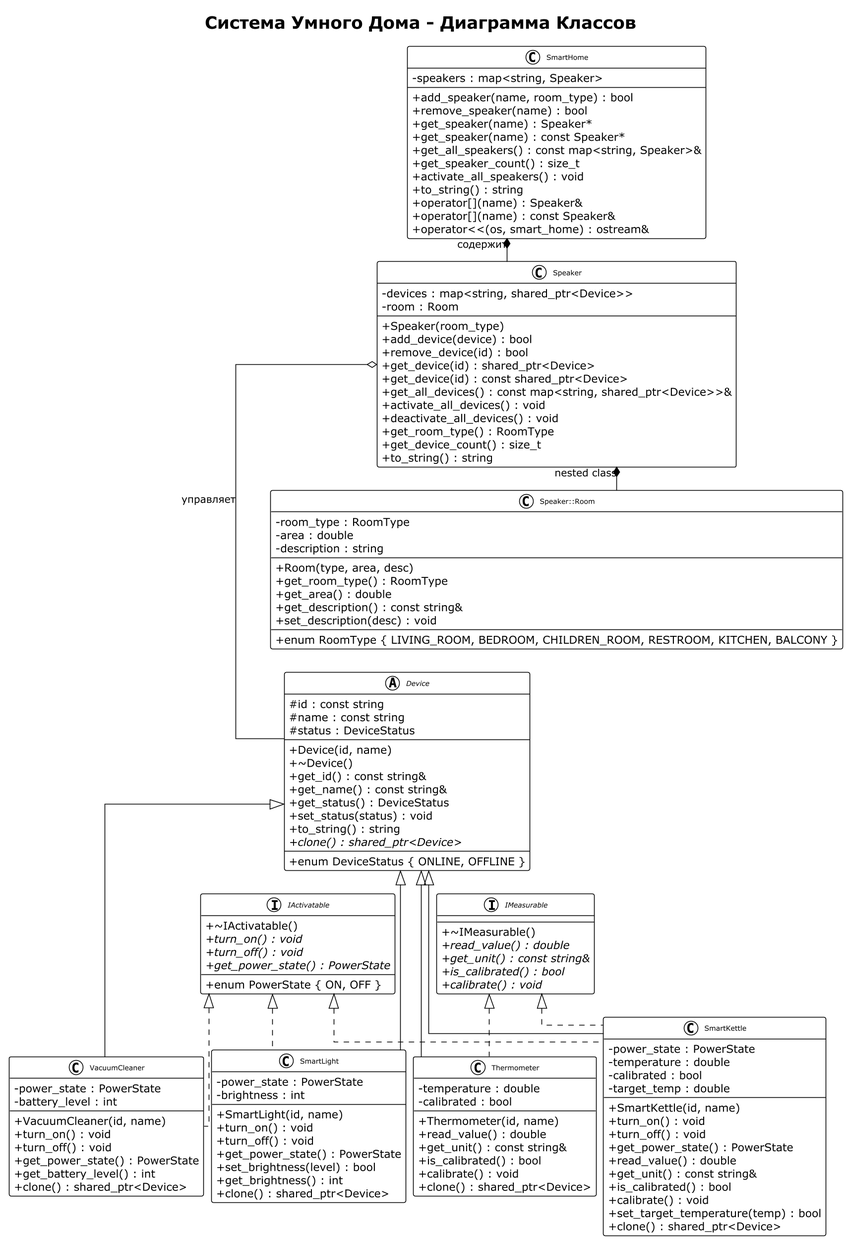
abigotado/smart-house keeps this PlantUML diagram as docs/SmartHouse_ClassDiagram.png. Above is the earlier version.
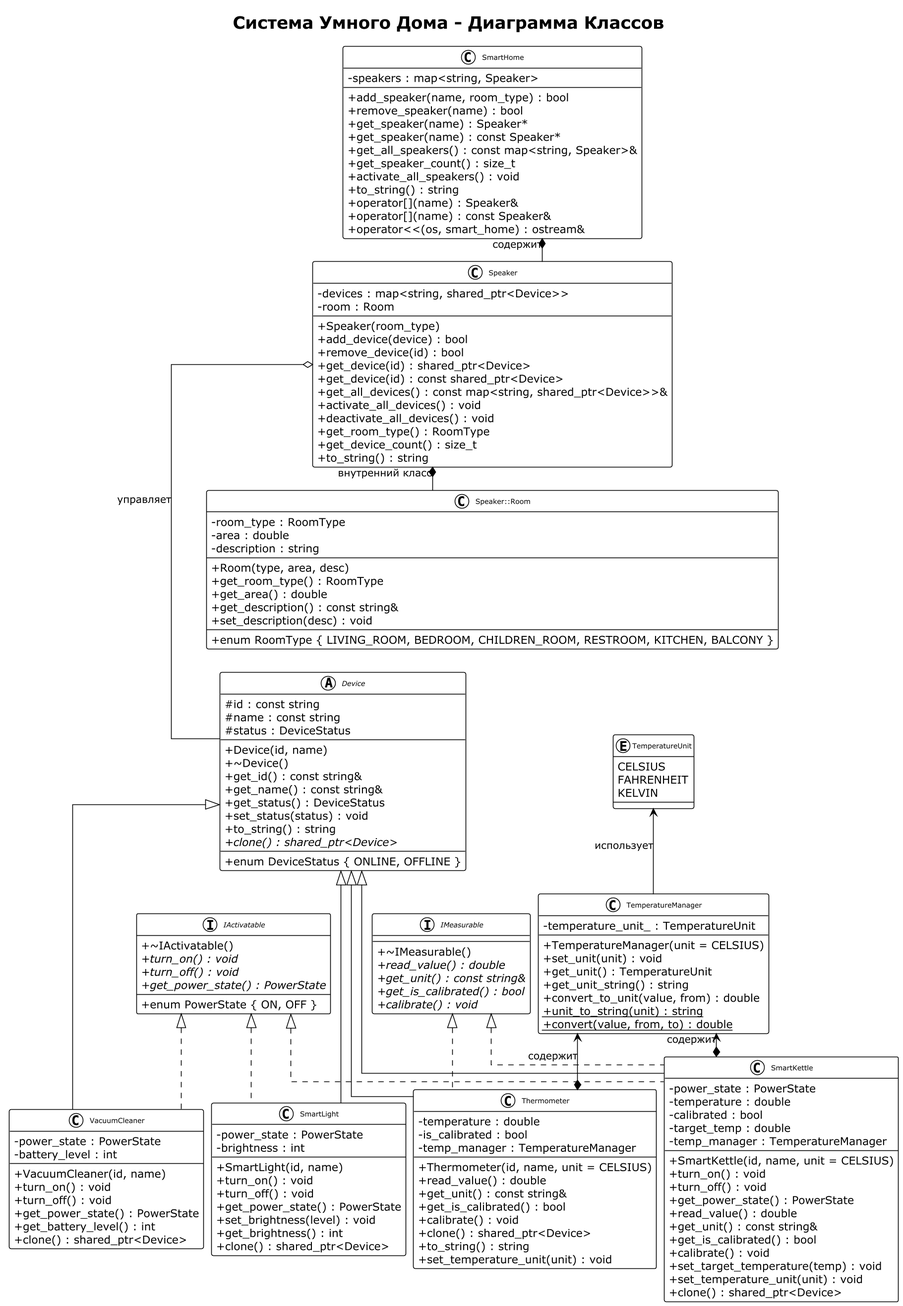
Above is the later version.

Change to the diagram source:
```diff
@@ -75,6 +75,24 @@
     + enum DeviceStatus { ONLINE, OFFLINE }
 }
 
+enum TemperatureUnit {
+    CELSIUS
+    FAHRENHEIT
+    KELVIN
+}
+
+class TemperatureManager {
+    - temperature_unit_ : TemperatureUnit
+    --
+    + TemperatureManager(unit = CELSIUS)
+    + set_unit(unit) : void
+    + get_unit() : TemperatureUnit
+    + get_unit_string() : string
+    + convert_to_unit(value, from) : double
+    + {static} unit_to_string(unit) : string
+    + {static} convert(value, from, to) : double
+}
+
 interface IActivatable {
     + ~IActivatable()
     + {abstract} turn_on() : void
@@ -88,7 +106,7 @@
     + ~IMeasurable()
     + {abstract} read_value() : double
     + {abstract} get_unit() : const string&
-    + {abstract} is_calibrated() : bool
+    + {abstract} get_is_calibrated() : bool
     + {abstract} calibrate() : void
 }
 
@@ -112,21 +130,24 @@
     + turn_on() : void
     + turn_off() : void
     + get_power_state() : PowerState
-    + set_brightness(level) : bool
+    + set_brightness(level) : void
     + get_brightness() : int
     + clone() : shared_ptr<Device>
 }
 
 class Thermometer {
     - temperature : double
-    - calibrated : bool
+    - is_calibrated : bool
+    - temp_manager : TemperatureManager
     --
-    + Thermometer(id, name)
+    + Thermometer(id, name, unit = CELSIUS)
     + read_value() : double
     + get_unit() : const string&
-    + is_calibrated() : bool
+    + get_is_calibrated() : bool
     + calibrate() : void
     + clone() : shared_ptr<Device>
+    + to_string() : string
+    + set_temperature_unit(unit) : void
 }
 
 class SmartKettle {
@@ -134,20 +155,23 @@
     - temperature : double
     - calibrated : bool
     - target_temp : double
+    - temp_manager : TemperatureManager
     --
-    + SmartKettle(id, name)
+    + SmartKettle(id, name, unit = CELSIUS)
     + turn_on() : void
     + turn_off() : void
     + get_power_state() : PowerState
     + read_value() : double
     + get_unit() : const string&
-    + is_calibrated() : bool
+    + get_is_calibrated() : bool
     + calibrate() : void
-    + set_target_temperature(temp) : bool
+    + set_target_temperature(temp) : void
+    + set_temperature_unit(unit) : void
     + clone() : shared_ptr<Device>
 }
 
 IActivatable -[hidden]right- IMeasurable
+IMeasurable -[hidden]right- TemperatureManager
 
 VacuumCleaner -[hidden]right- SmartLight
 Thermometer -[hidden]right- SmartKettle
@@ -157,9 +181,10 @@
 Room -[hidden]down-> Device
 Device -[hidden]down-> IActivatable
 IActivatable -[hidden]down-> VacuumCleaner
+TemperatureManager -[hidden]down-> Thermometer
 
 SmartHome *-- Speaker : "содержит"
-Speaker *-- Room : "nested class"
+Speaker *-- Room : "внутренний класс"
 
 Speaker o-- Device : "управляет"
 
@@ -174,4 +199,9 @@
 IActivatable <|.. SmartKettle
 IMeasurable <|.. SmartKettle
 
+TemperatureManager <--* Thermometer : "содержит"
+TemperatureManager <--* SmartKettle : "содержит"
+
+TemperatureUnit <-- TemperatureManager : "использует"
+
 @enduml
```
